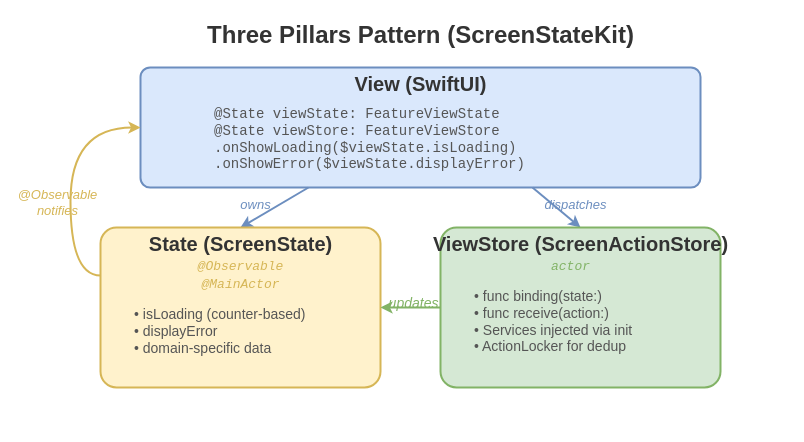
Above: docs/images/three-pillars.drawio in anthony1810/Definery (draw.io), before the change. Source tidied: cells renumbered, new cells numbered last; positions are measured from the earlier drawing's top-left corner, leaving out a move shared by most shapes. Both pictures are drawn from the tidied source at 100%, with x=0, y=0 at pixel (22, 17).
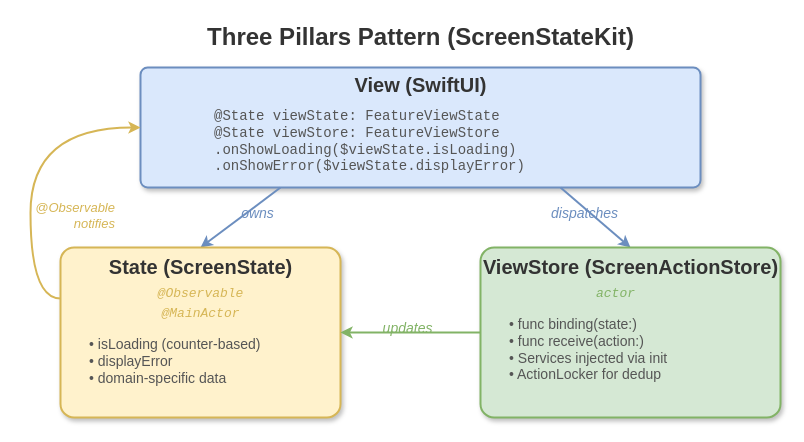
The same page after the edit.

Commit message (it also covers changes not shown here):
Improve diagram layouts — fix overlapping labels and spacing

What changed in the source:
```diff
@@
-    <mxCell id="2" value="Three Pillars Pattern (ScreenStateKit)" style="text;html=1;fontSize=24;fontStyle=1;align=center;verticalAlign=middle;fillColor=none;strokeColor=none;fontColor=#333333;" parent="1" vertex="1">
-      <mxGeometry x="78" width="640" height="36" as="geometry" />
+    <mxCell id="2" value="&lt;b&gt;Three Pillars Pattern (ScreenStateKit)&lt;/b&gt;" style="text;html=1;fontSize=24;align=center;verticalAlign=middle;fillColor=none;strokeColor=none;fontColor=#333333;" parent="1" vertex="1">
+      <mxGeometry x="138" width="520" height="40" as="geometry" />
     </mxCell>
-    <mxCell id="3" style="rounded=1;whiteSpace=wrap;html=1;fillColor=#dae8fc;strokeColor=#6c8ebf;strokeWidth=2;arcSize=8;" parent="1" vertex="1">
+    <mxCell id="3" style="rounded=1;whiteSpace=wrap;html=1;fillColor=#dae8fc;strokeColor=#6c8ebf;strokeWidth=2;arcSize=6;shadow=1;" parent="1" vertex="1">
       <mxGeometry x="118" y="50" width="560" height="120" as="geometry" />
     </mxCell>
-    <mxCell id="4" value="View (SwiftUI)" style="text;html=1;fontSize=20;fontStyle=1;align=center;verticalAlign=middle;fillColor=none;strokeColor=none;fontColor=#333333;" parent="1" vertex="1">
-      <mxGeometry x="308" y="52" width="180" height="28" as="geometry" />
+    <mxCell id="4" value="&lt;b&gt;View (SwiftUI)&lt;/b&gt;" style="text;html=1;fontSize=20;align=center;verticalAlign=middle;fillColor=none;strokeColor=none;fontColor=#333333;" parent="1" vertex="1">
+      <mxGeometry x="308" y="52" width="180" height="30" as="geometry" />
     </mxCell>
     <mxCell id="5" value="@State viewState: FeatureViewState&#10;@State viewStore: FeatureViewStore&#10;.onShowLoading($viewState.isLoading)&#10;.onShowError($viewState.displayError)" style="text;html=1;fontSize=14;align=left;verticalAlign=top;fillColor=none;strokeColor=none;fontColor=#555555;fontFamily=Courier New;spacingLeft=12;" parent="1" vertex="1">
-      <mxGeometry x="178" y="82" width="420" height="70" as="geometry" />
+      <mxGeometry x="178" y="84" width="420" height="76" as="geometry" />
     </mxCell>
-    <mxCell id="6" style="endArrow=classic;html=1;strokeWidth=2;strokeColor=#6c8ebf;exitX=0.3;exitY=1;entryX=0.5;entryY=0;" parent="1" edge="1" source="3" target="10">
+    <mxCell id="6" style="endArrow=classic;html=1;strokeWidth=2;strokeColor=#6c8ebf;exitX=0.25;exitY=1;entryX=0.5;entryY=0;" parent="1" edge="1" source="3" target="10">
       <mxGeometry relative="1" as="geometry" />
     </mxCell>
-    <mxCell id="7" style="endArrow=classic;html=1;strokeWidth=2;strokeColor=#6c8ebf;exitX=0.7;exitY=1;entryX=0.5;entryY=0;" parent="1" edge="1" source="3" target="15">
+    <mxCell id="7" style="endArrow=classic;html=1;strokeWidth=2;strokeColor=#6c8ebf;exitX=0.75;exitY=1;entryX=0.5;entryY=0;" parent="1" edge="1" source="3" target="15">
       <mxGeometry relative="1" as="geometry" />
     </mxCell>
-    <mxCell id="8" value="owns" style="text;html=1;fontSize=13;fontStyle=2;align=center;verticalAlign=middle;fillColor=none;strokeColor=none;fontColor=#6c8ebf;" parent="1" vertex="1">
-      <mxGeometry x="208" y="178" width="50" height="18" as="geometry" />
+    <mxCell id="8" value="&lt;i&gt;owns&lt;/i&gt;" style="text;html=1;fontSize=14;align=center;verticalAlign=middle;fillColor=none;strokeColor=none;fontColor=#6c8ebf;" parent="1" vertex="1">
+      <mxGeometry x="210" y="185" width="50" height="22" as="geometry" />
     </mxCell>
-    <mxCell id="9" value="dispatches" style="text;html=1;fontSize=13;fontStyle=2;align=center;verticalAlign=middle;fillColor=none;strokeColor=none;fontColor=#6c8ebf;" parent="1" vertex="1">
-      <mxGeometry x="518" y="178" width="70" height="18" as="geometry" />
+    <mxCell id="9" value="&lt;i&gt;dispatches&lt;/i&gt;" style="text;html=1;fontSize=14;align=center;verticalAlign=middle;fillColor=none;strokeColor=none;fontColor=#6c8ebf;" parent="1" vertex="1">
+      <mxGeometry x="522" y="185" width="80" height="22" as="geometry" />
     </mxCell>
-    <mxCell id="10" style="rounded=1;whiteSpace=wrap;html=1;fillColor=#fff2cc;strokeColor=#d6b656;strokeWidth=2;arcSize=10;" parent="1" vertex="1">
-      <mxGeometry x="78" y="210" width="280" height="160" as="geometry" />
+    <mxCell id="10" style="rounded=1;whiteSpace=wrap;html=1;fillColor=#fff2cc;strokeColor=#d6b656;strokeWidth=2;arcSize=8;shadow=1;" parent="1" vertex="1">
+      <mxGeometry x="38" y="230" width="280" height="170" as="geometry" />
     </mxCell>
-    <mxCell id="11" value="State (ScreenState)" style="text;html=1;fontSize=20;fontStyle=1;align=center;verticalAlign=middle;fillColor=none;strokeColor=none;fontColor=#333333;" parent="1" vertex="1">
-      <mxGeometry x="118" y="212" width="200" height="28" as="geometry" />
+    <mxCell id="11" value="&lt;b&gt;State (ScreenState)&lt;/b&gt;" style="text;html=1;fontSize=20;align=center;verticalAlign=middle;fillColor=none;strokeColor=none;fontColor=#333333;" parent="1" vertex="1">
+      <mxGeometry x="68" y="234" width="220" height="30" as="geometry" />
     </mxCell>
     <mxCell id="12" value="@Observable" style="text;html=1;fontSize=13;fontStyle=2;align=center;verticalAlign=middle;fillColor=none;strokeColor=none;fontColor=#d6b656;fontFamily=Courier New;" parent="1" vertex="1">
-      <mxGeometry x="158" y="240" width="120" height="18" as="geometry" />
+      <mxGeometry x="113" y="266" width="130" height="20" as="geometry" />
     </mxCell>
     <mxCell id="13" value="@MainActor" style="text;html=1;fontSize=13;fontStyle=2;align=center;verticalAlign=middle;fillColor=none;strokeColor=none;fontColor=#d6b656;fontFamily=Courier New;" parent="1" vertex="1">
-      <mxGeometry x="158" y="258" width="120" height="18" as="geometry" />
+      <mxGeometry x="113" y="286" width="130" height="20" as="geometry" />
     </mxCell>
     <mxCell id="14" value="• isLoading (counter-based)&#10;• displayError&#10;• domain-specific data" style="text;html=1;fontSize=14;align=left;verticalAlign=top;fillColor=none;strokeColor=none;fontColor=#555555;spacingLeft=12;" parent="1" vertex="1">
-      <mxGeometry x="98" y="282" width="240" height="60" as="geometry" />
+      <mxGeometry x="53" y="312" width="250" height="72" as="geometry" />
     </mxCell>
-    <mxCell id="15" style="rounded=1;whiteSpace=wrap;html=1;fillColor=#d5e8d4;strokeColor=#82b366;strokeWidth=2;arcSize=10;" parent="1" vertex="1">
-      <mxGeometry x="418" y="210" width="280" height="160" as="geometry" />
+    <mxCell id="15" style="rounded=1;whiteSpace=wrap;html=1;fillColor=#d5e8d4;strokeColor=#82b366;strokeWidth=2;arcSize=8;shadow=1;" parent="1" vertex="1">
+      <mxGeometry x="458" y="230" width="300" height="170" as="geometry" />
     </mxCell>
-    <mxCell id="16" value="ViewStore (ScreenActionStore)" style="text;html=1;fontSize=20;fontStyle=1;align=center;verticalAlign=middle;fillColor=none;strokeColor=none;fontColor=#333333;" parent="1" vertex="1">
-      <mxGeometry x="428" y="212" width="260" height="28" as="geometry" />
+    <mxCell id="16" value="&lt;b&gt;ViewStore (ScreenActionStore)&lt;/b&gt;" style="text;html=1;fontSize=20;align=center;verticalAlign=middle;fillColor=none;strokeColor=none;fontColor=#333333;" parent="1" vertex="1">
+      <mxGeometry x="468" y="234" width="280" height="30" as="geometry" />
     </mxCell>
     <mxCell id="17" value="actor" style="text;html=1;fontSize=13;fontStyle=2;align=center;verticalAlign=middle;fillColor=none;strokeColor=none;fontColor=#82b366;fontFamily=Courier New;" parent="1" vertex="1">
-      <mxGeometry x="518" y="240" width="60" height="18" as="geometry" />
+      <mxGeometry x="563" y="266" width="60" height="20" as="geometry" />
     </mxCell>
     <mxCell id="18" value="• func binding(state:)&#10;• func receive(action:)&#10;• Services injected via init&#10;• ActionLocker for dedup" style="text;html=1;fontSize=14;align=left;verticalAlign=top;fillColor=none;strokeColor=none;fontColor=#555555;spacingLeft=12;" parent="1" vertex="1">
-      <mxGeometry x="438" y="264" width="240" height="80" as="geometry" />
+      <mxGeometry x="473" y="292" width="260" height="90" as="geometry" />
     </mxCell>
@@
-    <mxCell id="20" value="updates" style="text;html=1;fontSize=14;fontStyle=2;align=center;verticalAlign=middle;fillColor=none;strokeColor=none;fontColor=#82b366;" parent="1" vertex="1">
-      <mxGeometry x="363" y="276" width="55" height="20" as="geometry" />
+    <mxCell id="20" value="&lt;i&gt;updates&lt;/i&gt;" style="text;html=1;fontSize=14;align=center;verticalAlign=middle;fillColor=none;strokeColor=none;fontColor=#82b366;" parent="1" vertex="1">
+      <mxGeometry x="350" y="300" width="70" height="22" as="geometry" />
     </mxCell>
     <mxCell id="21" style="endArrow=classic;html=1;strokeWidth=2;strokeColor=#d6b656;curved=1;exitX=0;exitY=0.3;entryX=0;entryY=0.5;" parent="1" edge="1" source="10" target="3">
       <mxGeometry relative="1" as="geometry">
         <Array as="points">
-          <mxPoint x="48" y="258" />
-          <mxPoint x="48" y="110" />
+          <mxPoint x="8" y="281" />
+          <mxPoint x="8" y="110" />
         </Array>
       </mxGeometry>
     </mxCell>
-    <mxCell id="22" value="@Observable&#10;notifies" style="text;html=1;fontSize=13;fontStyle=2;align=center;verticalAlign=middle;fillColor=none;strokeColor=none;fontColor=#d6b656;" parent="1" vertex="1">
-      <mxGeometry y="170" width="70" height="30" as="geometry" />
+    <mxCell id="22" value="&lt;i&gt;@Observable&#10;notifies&lt;/i&gt;" style="text;html=1;fontSize=13;align=right;verticalAlign=middle;fillColor=none;strokeColor=none;fontColor=#d6b656;" parent="1" vertex="1">
+      <mxGeometry x="14" y="180" width="80" height="36" as="geometry" />
     </mxCell>
```
